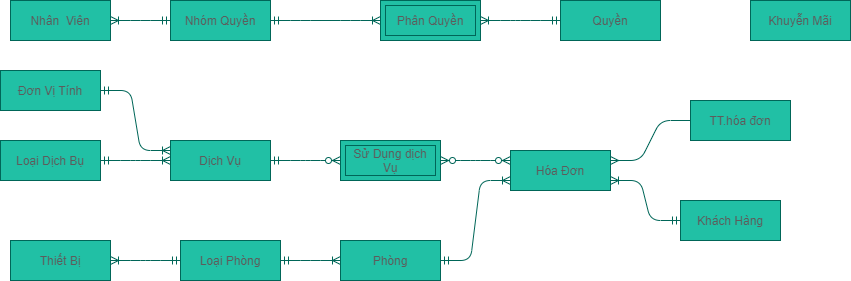
Above: EntityRelationship-QLKS.png in maialino123/QLKS (draw.io), before the change. Source tidied: cells renumbered, new cells last; positions are measured from the earlier drawing's top-left corner, leaving out a move shared by most shapes.
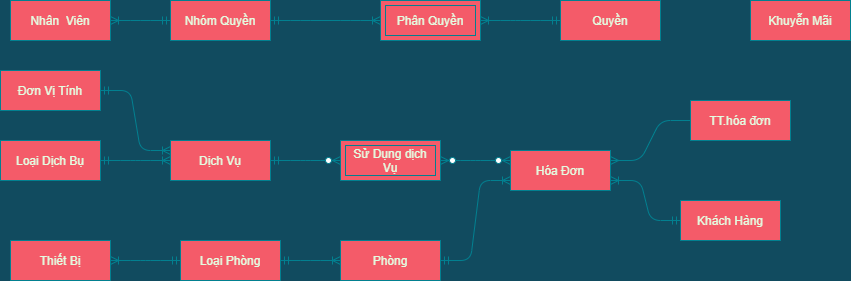
Later version of the same file.

Diff of the diagram source:
```diff
@@ -1,88 +1,88 @@
-<mxGraphModel>
+<mxGraphModel background="#114B5F">
   <root>
     <mxCell id="0" />
     <mxCell id="1" parent="0" />
-    <mxCell id="2" style="edgeStyle=entityRelationEdgeStyle;fontSize=12;html=1;endArrow=ERoneToMany;startArrow=ERmandOne;strokeColor=#006658;fillColor=#21C0A5;fontColor=#5C5C5C;exitX=1;exitY=0.5;exitDx=0;exitDy=0;entryX=0;entryY=0.5;entryDx=0;entryDy=0;" parent="1" edge="1" source="17" target="18">
+    <mxCell id="2" style="edgeStyle=entityRelationEdgeStyle;fontSize=12;html=1;endArrow=ERoneToMany;startArrow=ERmandOne;strokeColor=#028090;fillColor=#F45B69;fontColor=#E4FDE1;exitX=1;exitY=0.5;exitDx=0;exitDy=0;entryX=0;entryY=0.5;entryDx=0;entryDy=0;labelBackgroundColor=#114B5F;" parent="1" edge="1" source="17" target="18">
       <mxGeometry relative="1" as="geometry" />
     </mxCell>
-    <mxCell id="3" style="edgeStyle=entityRelationEdgeStyle;fontSize=12;html=1;endArrow=ERoneToMany;startArrow=ERmandOne;strokeColor=#006658;fillColor=#21C0A5;fontColor=#5C5C5C;entryX=1;entryY=0.5;entryDx=0;entryDy=0;exitX=0;exitY=0.5;exitDx=0;exitDy=0;" parent="1" edge="1" source="17" target="16">
+    <mxCell id="3" style="edgeStyle=entityRelationEdgeStyle;fontSize=12;html=1;endArrow=ERoneToMany;startArrow=ERmandOne;strokeColor=#028090;fillColor=#F45B69;fontColor=#E4FDE1;entryX=1;entryY=0.5;entryDx=0;entryDy=0;exitX=0;exitY=0.5;exitDx=0;exitDy=0;labelBackgroundColor=#114B5F;" parent="1" edge="1" source="17" target="16">
       <mxGeometry relative="1" as="geometry" />
     </mxCell>
-    <mxCell id="4" style="edgeStyle=entityRelationEdgeStyle;fontSize=12;html=1;endArrow=ERoneToMany;startArrow=ERmandOne;strokeColor=#006658;fontColor=#5C5C5C;exitX=1;exitY=0.5;exitDx=0;exitDy=0;entryX=0;entryY=0.5;entryDx=0;entryDy=0;" parent="1" edge="1" source="13" target="14">
+    <mxCell id="4" style="edgeStyle=entityRelationEdgeStyle;fontSize=12;html=1;endArrow=ERoneToMany;startArrow=ERmandOne;strokeColor=#028090;fontColor=#E4FDE1;exitX=1;exitY=0.5;exitDx=0;exitDy=0;entryX=0;entryY=0.5;entryDx=0;entryDy=0;labelBackgroundColor=#114B5F;" parent="1" edge="1" source="13" target="14">
       <mxGeometry relative="1" as="geometry" />
     </mxCell>
-    <mxCell id="5" style="edgeStyle=entityRelationEdgeStyle;fontSize=12;html=1;endArrow=ERzeroToMany;startArrow=ERmandOne;entryX=0;entryY=0.5;entryDx=0;entryDy=0;strokeColor=#006658;fontColor=#5C5C5C;exitX=1;exitY=0.5;exitDx=0;exitDy=0;" parent="1" edge="1" source="14" target="6">
+    <mxCell id="5" style="edgeStyle=entityRelationEdgeStyle;fontSize=12;html=1;endArrow=ERzeroToMany;startArrow=ERmandOne;entryX=0;entryY=0.5;entryDx=0;entryDy=0;strokeColor=#028090;fontColor=#E4FDE1;exitX=1;exitY=0.5;exitDx=0;exitDy=0;labelBackgroundColor=#114B5F;" parent="1" edge="1" source="14" target="6">
       <mxGeometry relative="1" as="geometry" />
     </mxCell>
-    <mxCell id="6" value="Sử Dụng dịch Vụ" style="shape=ext;margin=3;double=1;whiteSpace=wrap;html=1;align=center;strokeColor=#006658;fillColor=#21C0A5;fontColor=#5C5C5C;" parent="1" vertex="1">
+    <mxCell id="6" value="Sử Dụng dịch Vụ" style="shape=ext;margin=3;double=1;whiteSpace=wrap;html=1;align=center;strokeColor=#028090;fillColor=#F45B69;fontColor=#E4FDE1;" parent="1" vertex="1">
       <mxGeometry x="340" y="140" width="100" height="40" as="geometry" />
     </mxCell>
-    <mxCell id="7" style="edgeStyle=entityRelationEdgeStyle;fontSize=12;html=1;endArrow=ERoneToMany;startArrow=ERmandOne;strokeColor=#006658;fontColor=#5C5C5C;entryX=1;entryY=0.5;entryDx=0;entryDy=0;exitX=0;exitY=0.5;exitDx=0;exitDy=0;" parent="1" edge="1" source="11" target="8">
+    <mxCell id="7" style="edgeStyle=entityRelationEdgeStyle;fontSize=12;html=1;endArrow=ERoneToMany;startArrow=ERmandOne;strokeColor=#028090;fontColor=#E4FDE1;entryX=1;entryY=0.5;entryDx=0;entryDy=0;exitX=0;exitY=0.5;exitDx=0;exitDy=0;labelBackgroundColor=#114B5F;" parent="1" edge="1" source="11" target="8">
       <mxGeometry relative="1" as="geometry" />
     </mxCell>
-    <mxCell id="8" value="Phân Quyền" style="shape=ext;margin=3;double=1;whiteSpace=wrap;html=1;align=center;strokeColor=#006658;fillColor=#21C0A5;fontColor=#5C5C5C;" parent="1" vertex="1">
+    <mxCell id="8" value="Phân Quyền" style="shape=ext;margin=3;double=1;whiteSpace=wrap;html=1;align=center;strokeColor=#028090;fillColor=#F45B69;fontColor=#E4FDE1;" parent="1" vertex="1">
       <mxGeometry x="380" width="100" height="40" as="geometry" />
     </mxCell>
-    <mxCell id="9" style="edgeStyle=entityRelationEdgeStyle;fontSize=12;html=1;endArrow=ERoneToMany;startArrow=ERmandOne;strokeColor=#006658;fontColor=#5C5C5C;exitX=0;exitY=0.5;exitDx=0;exitDy=0;entryX=1;entryY=0.5;entryDx=0;entryDy=0;" parent="1" edge="1" source="10" target="12">
+    <mxCell id="9" style="edgeStyle=entityRelationEdgeStyle;fontSize=12;html=1;endArrow=ERoneToMany;startArrow=ERmandOne;strokeColor=#028090;fontColor=#E4FDE1;exitX=0;exitY=0.5;exitDx=0;exitDy=0;entryX=1;entryY=0.5;entryDx=0;entryDy=0;labelBackgroundColor=#114B5F;" parent="1" edge="1" source="10" target="12">
       <mxGeometry relative="1" as="geometry" />
     </mxCell>
-    <mxCell id="10" value="Nhóm Quyền" style="whiteSpace=wrap;html=1;align=center;rounded=0;sketch=0;strokeColor=#006658;fillColor=#21C0A5;fontColor=#5C5C5C;" parent="1" vertex="1">
+    <mxCell id="10" value="Nhóm Quyền" style="whiteSpace=wrap;html=1;align=center;rounded=0;sketch=0;strokeColor=#028090;fillColor=#F45B69;fontColor=#E4FDE1;" parent="1" vertex="1">
       <mxGeometry x="170" width="100" height="40" as="geometry" />
     </mxCell>
-    <mxCell id="11" value="Quyền" style="whiteSpace=wrap;html=1;align=center;rounded=0;sketch=0;strokeColor=#006658;fillColor=#21C0A5;fontColor=#5C5C5C;" parent="1" vertex="1">
+    <mxCell id="11" value="Quyền" style="whiteSpace=wrap;html=1;align=center;rounded=0;sketch=0;strokeColor=#028090;fillColor=#F45B69;fontColor=#E4FDE1;" parent="1" vertex="1">
       <mxGeometry x="560" width="100" height="40" as="geometry" />
     </mxCell>
-    <mxCell id="12" value="Nhân&amp;nbsp; Viên" style="whiteSpace=wrap;html=1;align=center;rounded=0;sketch=0;strokeColor=#006658;fillColor=#21C0A5;fontColor=#5C5C5C;" parent="1" vertex="1">
+    <mxCell id="12" value="Nhân&amp;nbsp; Viên" style="whiteSpace=wrap;html=1;align=center;rounded=0;sketch=0;strokeColor=#028090;fillColor=#F45B69;fontColor=#E4FDE1;" parent="1" vertex="1">
       <mxGeometry x="10" width="100" height="40" as="geometry" />
     </mxCell>
-    <mxCell id="13" value="Loại Dịch Bụ" style="whiteSpace=wrap;html=1;align=center;rounded=0;sketch=0;strokeColor=#006658;fillColor=#21C0A5;fontColor=#5C5C5C;" parent="1" vertex="1">
+    <mxCell id="13" value="Loại Dịch Bụ" style="whiteSpace=wrap;html=1;align=center;rounded=0;sketch=0;strokeColor=#028090;fillColor=#F45B69;fontColor=#E4FDE1;" parent="1" vertex="1">
       <mxGeometry y="140" width="100" height="40" as="geometry" />
     </mxCell>
-    <mxCell id="14" value="Dịch Vụ" style="whiteSpace=wrap;html=1;align=center;rounded=0;sketch=0;strokeColor=#006658;fillColor=#21C0A5;fontColor=#5C5C5C;" parent="1" vertex="1">
+    <mxCell id="14" value="Dịch Vụ" style="whiteSpace=wrap;html=1;align=center;rounded=0;sketch=0;strokeColor=#028090;fillColor=#F45B69;fontColor=#E4FDE1;" parent="1" vertex="1">
       <mxGeometry x="170" y="140" width="100" height="40" as="geometry" />
     </mxCell>
-    <mxCell id="15" value="Khuyễn Mãi" style="whiteSpace=wrap;html=1;align=center;rounded=0;sketch=0;strokeColor=#006658;fillColor=#21C0A5;fontColor=#5C5C5C;" parent="1" vertex="1">
+    <mxCell id="15" value="Khuyễn Mãi" style="whiteSpace=wrap;html=1;align=center;rounded=0;sketch=0;strokeColor=#028090;fillColor=#F45B69;fontColor=#E4FDE1;" parent="1" vertex="1">
       <mxGeometry x="750" width="100" height="40" as="geometry" />
     </mxCell>
-    <mxCell id="16" value="Thiết Bị" style="whiteSpace=wrap;html=1;align=center;rounded=0;sketch=0;strokeColor=#006658;fillColor=#21C0A5;fontColor=#5C5C5C;" parent="1" vertex="1">
+    <mxCell id="16" value="Thiết Bị" style="whiteSpace=wrap;html=1;align=center;rounded=0;sketch=0;strokeColor=#028090;fillColor=#F45B69;fontColor=#E4FDE1;" parent="1" vertex="1">
       <mxGeometry x="10" y="240" width="100" height="40" as="geometry" />
     </mxCell>
-    <mxCell id="17" value="Loại Phòng" style="whiteSpace=wrap;html=1;align=center;rounded=0;sketch=0;strokeColor=#006658;fillColor=#21C0A5;fontColor=#5C5C5C;" parent="1" vertex="1">
+    <mxCell id="17" value="Loại Phòng" style="whiteSpace=wrap;html=1;align=center;rounded=0;sketch=0;strokeColor=#028090;fillColor=#F45B69;fontColor=#E4FDE1;" parent="1" vertex="1">
       <mxGeometry x="180" y="240" width="100" height="40" as="geometry" />
     </mxCell>
-    <mxCell id="18" value="Phòng" style="whiteSpace=wrap;html=1;align=center;rounded=0;sketch=0;strokeColor=#006658;fillColor=#21C0A5;fontColor=#5C5C5C;" parent="1" vertex="1">
+    <mxCell id="18" value="Phòng" style="whiteSpace=wrap;html=1;align=center;rounded=0;sketch=0;strokeColor=#028090;fillColor=#F45B69;fontColor=#E4FDE1;" parent="1" vertex="1">
       <mxGeometry x="340" y="240" width="100" height="40" as="geometry" />
     </mxCell>
-    <mxCell id="19" value="Khách Hàng" style="whiteSpace=wrap;html=1;align=center;rounded=0;sketch=0;strokeColor=#006658;fillColor=#21C0A5;fontColor=#5C5C5C;" parent="1" vertex="1">
+    <mxCell id="19" value="Khách Hàng" style="whiteSpace=wrap;html=1;align=center;rounded=0;sketch=0;strokeColor=#028090;fillColor=#F45B69;fontColor=#E4FDE1;" parent="1" vertex="1">
       <mxGeometry x="680" y="200" width="100" height="40" as="geometry" />
     </mxCell>
-    <mxCell id="20" value="Hóa Đơn" style="whiteSpace=wrap;html=1;align=center;rounded=0;sketch=0;strokeColor=#006658;fillColor=#21C0A5;fontColor=#5C5C5C;" parent="1" vertex="1">
+    <mxCell id="20" value="Hóa Đơn" style="whiteSpace=wrap;html=1;align=center;rounded=0;sketch=0;strokeColor=#028090;fillColor=#F45B69;fontColor=#E4FDE1;" parent="1" vertex="1">
       <mxGeometry x="510" y="150" width="100" height="40" as="geometry" />
     </mxCell>
-    <mxCell id="21" style="edgeStyle=entityRelationEdgeStyle;fontSize=12;html=1;endArrow=ERoneToMany;startArrow=ERmandOne;strokeColor=#006658;fontColor=#5C5C5C;exitX=1;exitY=0.5;exitDx=0;exitDy=0;" parent="1" edge="1" source="10" target="8">
+    <mxCell id="21" style="edgeStyle=entityRelationEdgeStyle;fontSize=12;html=1;endArrow=ERoneToMany;startArrow=ERmandOne;strokeColor=#028090;fontColor=#E4FDE1;exitX=1;exitY=0.5;exitDx=0;exitDy=0;labelBackgroundColor=#114B5F;" parent="1" edge="1" source="10" target="8">
       <mxGeometry relative="1" as="geometry" />
     </mxCell>
-    <mxCell id="22" style="edgeStyle=entityRelationEdgeStyle;fontSize=12;html=1;endArrow=ERoneToMany;startArrow=ERmandOne;strokeColor=#006658;fillColor=#21C0A5;exitX=1;exitY=0.5;exitDx=0;exitDy=0;entryX=0;entryY=0.75;entryDx=0;entryDy=0;fontColor=#5C5C5C;" parent="1" edge="1" source="18" target="20">
+    <mxCell id="22" style="edgeStyle=entityRelationEdgeStyle;fontSize=12;html=1;endArrow=ERoneToMany;startArrow=ERmandOne;strokeColor=#028090;fillColor=#F45B69;exitX=1;exitY=0.5;exitDx=0;exitDy=0;entryX=0;entryY=0.75;entryDx=0;entryDy=0;fontColor=#E4FDE1;labelBackgroundColor=#114B5F;" parent="1" edge="1" source="18" target="20">
       <mxGeometry relative="1" as="geometry" />
     </mxCell>
-    <mxCell id="23" value="TT.hóa đơn" style="whiteSpace=wrap;html=1;align=center;rounded=0;sketch=0;strokeColor=#006658;fillColor=#21C0A5;fontColor=#5C5C5C;" parent="1" vertex="1">
+    <mxCell id="23" value="TT.hóa đơn" style="whiteSpace=wrap;html=1;align=center;rounded=0;sketch=0;strokeColor=#028090;fillColor=#F45B69;fontColor=#E4FDE1;" parent="1" vertex="1">
       <mxGeometry x="690" y="100" width="100" height="40" as="geometry" />
     </mxCell>
-    <mxCell id="24" style="edgeStyle=entityRelationEdgeStyle;fontSize=12;html=1;endArrow=ERmany;exitX=0;exitY=0.5;exitDx=0;exitDy=0;entryX=1;entryY=0.25;entryDx=0;entryDy=0;strokeColor=#006658;fontColor=#5C5C5C;" parent="1" edge="1" source="23" target="20">
+    <mxCell id="24" style="edgeStyle=entityRelationEdgeStyle;fontSize=12;html=1;endArrow=ERmany;exitX=0;exitY=0.5;exitDx=0;exitDy=0;entryX=1;entryY=0.25;entryDx=0;entryDy=0;strokeColor=#028090;fontColor=#E4FDE1;labelBackgroundColor=#114B5F;" parent="1" edge="1" source="23" target="20">
       <mxGeometry relative="1" as="geometry" />
     </mxCell>
-    <mxCell id="25" value="Đơn Vị Tính" style="whiteSpace=wrap;html=1;align=center;rounded=0;sketch=0;strokeColor=#006658;fillColor=#21C0A5;fontColor=#5C5C5C;" parent="1" vertex="1">
+    <mxCell id="25" value="Đơn Vị Tính" style="whiteSpace=wrap;html=1;align=center;rounded=0;sketch=0;strokeColor=#028090;fillColor=#F45B69;fontColor=#E4FDE1;" parent="1" vertex="1">
       <mxGeometry y="70" width="100" height="40" as="geometry" />
     </mxCell>
-    <mxCell id="26" style="edgeStyle=entityRelationEdgeStyle;fontSize=12;html=1;endArrow=ERoneToMany;startArrow=ERmandOne;strokeColor=#006658;fontColor=#5C5C5C;exitX=1;exitY=0.5;exitDx=0;exitDy=0;entryX=0;entryY=0.25;entryDx=0;entryDy=0;" parent="1" edge="1" source="25" target="14">
+    <mxCell id="26" style="edgeStyle=entityRelationEdgeStyle;fontSize=12;html=1;endArrow=ERoneToMany;startArrow=ERmandOne;strokeColor=#028090;fontColor=#E4FDE1;exitX=1;exitY=0.5;exitDx=0;exitDy=0;entryX=0;entryY=0.25;entryDx=0;entryDy=0;labelBackgroundColor=#114B5F;" parent="1" edge="1" source="25" target="14">
       <mxGeometry relative="1" as="geometry" />
     </mxCell>
-    <mxCell id="27" style="edgeStyle=entityRelationEdgeStyle;fontSize=12;html=1;endArrow=ERzeroToMany;endFill=1;startArrow=ERzeroToMany;exitX=1;exitY=0.5;exitDx=0;exitDy=0;strokeColor=#006658;fontColor=#5C5C5C;" parent="1" edge="1" source="6">
+    <mxCell id="27" style="edgeStyle=entityRelationEdgeStyle;fontSize=12;html=1;endArrow=ERzeroToMany;endFill=1;startArrow=ERzeroToMany;exitX=1;exitY=0.5;exitDx=0;exitDy=0;strokeColor=#028090;fontColor=#E4FDE1;labelBackgroundColor=#114B5F;" parent="1" edge="1" source="6">
       <mxGeometry relative="1" as="geometry">
         <mxPoint x="510" y="160" as="targetPoint" />
       </mxGeometry>
     </mxCell>
-    <mxCell id="28" style="edgeStyle=entityRelationEdgeStyle;fontSize=12;html=1;endArrow=ERoneToMany;startArrow=ERmandOne;entryX=1;entryY=0.75;entryDx=0;entryDy=0;exitX=0;exitY=0.5;exitDx=0;exitDy=0;strokeColor=#006658;fontColor=#5C5C5C;" parent="1" edge="1" source="19" target="20">
+    <mxCell id="28" style="edgeStyle=entityRelationEdgeStyle;fontSize=12;html=1;endArrow=ERoneToMany;startArrow=ERmandOne;entryX=1;entryY=0.75;entryDx=0;entryDy=0;exitX=0;exitY=0.5;exitDx=0;exitDy=0;strokeColor=#028090;fontColor=#E4FDE1;labelBackgroundColor=#114B5F;" parent="1" edge="1" source="19" target="20">
       <mxGeometry relative="1" as="geometry" />
     </mxCell>
   </root>
```
